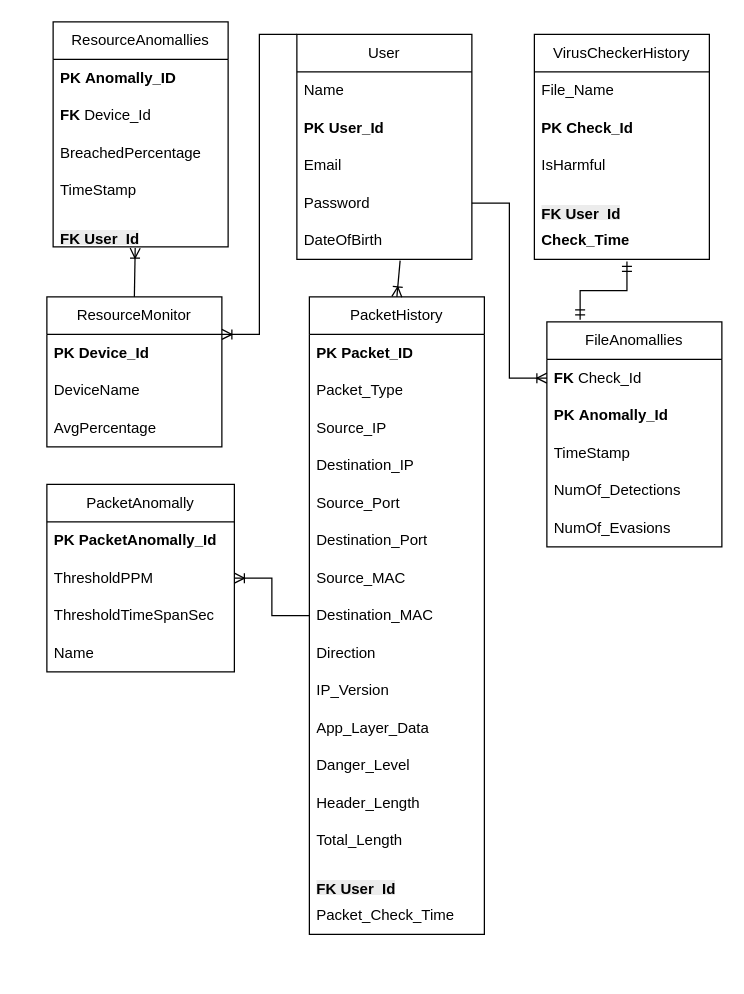
This is הפרוייקט/Recent ERD Diagram.drawio from EyasSh/WiresharkClone, a draw.io file, before an edit. Source tidied: cells renumbered, new cells numbered last; positions are measured from the earlier drawing's top-left corner, leaving out a move shared by most shapes. Both pictures are drawn from the tidied source at 125%, with x=0, y=0 at pixel (46, 21).
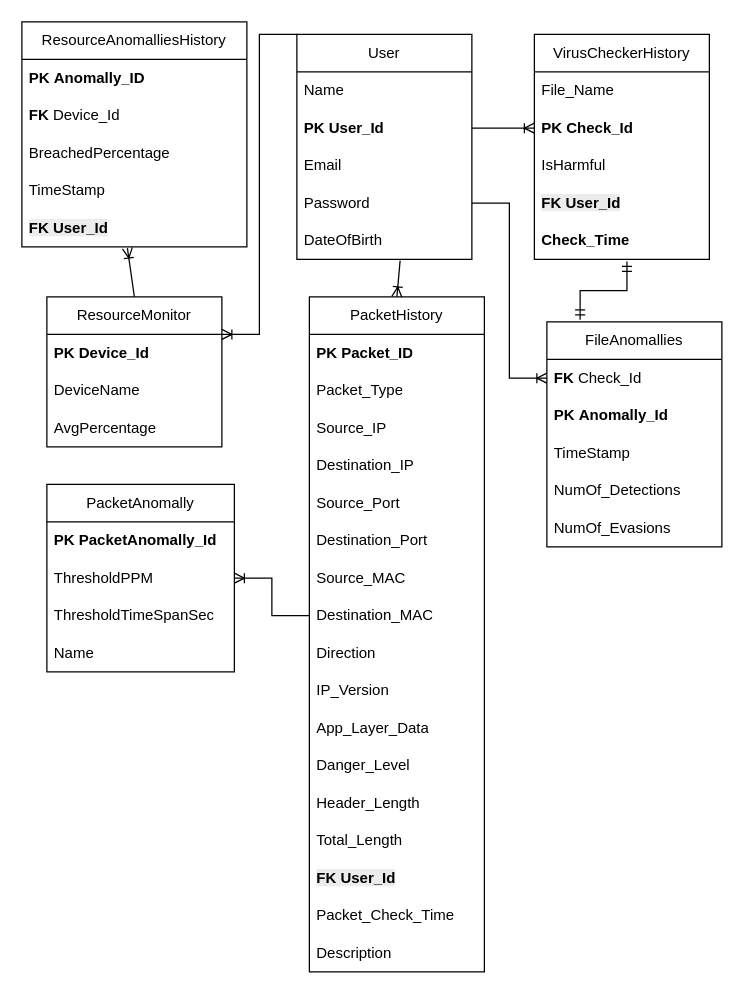
Above is the later version.

The change refers to these unchanged cells:
```xml
<mxCell id="8" value="&lt;b&gt;PK User_Id&lt;/b&gt;" style="text;strokeColor=none;fillColor=none;align=left;verticalAlign=middle;spacingLeft=4;spacingRight=4;overflow=hidden;points=[[0,0.5],[1,0.5]];portConstraint=eastwest;whiteSpace=wrap;html=1;" parent="6" vertex="1">
  <mxGeometry y="60" width="140" height="30" as="geometry" />
</mxCell>
<mxCell id="12" value="VirusCheckerHistory" style="swimlane;fontStyle=0;horizontal=1;startSize=30;whiteSpace=wrap;html=1;" parent="1" vertex="1">
  <mxGeometry x="390" y="10" width="140" height="180" as="geometry" />
</mxCell>
<mxCell id="14" value="&lt;b&gt;PK Check_Id&lt;/b&gt;" style="text;strokeColor=none;fillColor=none;align=left;verticalAlign=middle;spacingLeft=4;spacingRight=4;overflow=hidden;points=[[0,0.5],[1,0.5]];portConstraint=eastwest;whiteSpace=wrap;html=1;" parent="12" vertex="1">
  <mxGeometry y="60" width="140" height="30" as="geometry" />
</mxCell>
```

Change to the diagram source:
```diff
@@
-    <mxCell id="16" value="&lt;br&gt;&lt;b style=&quot;forced-color-adjust: none; color: rgb(0, 0, 0); font-family: Helvetica; font-size: 12px; font-style: normal; font-variant-ligatures: normal; font-variant-caps: normal; letter-spacing: normal; orphans: 2; text-align: left; text-indent: 0px; text-transform: none; widows: 2; word-spacing: 0px; -webkit-text-stroke-width: 0px; white-space: normal; background-color: rgb(236, 236, 236); text-decoration-thickness: initial; text-decoration-style: initial; text-decoration-color: initial;&quot;&gt;FK User_Id&lt;/b&gt;" style="text;strokeColor=none;fillColor=none;align=left;verticalAlign=middle;spacingLeft=4;spacingRight=4;overflow=hidden;whiteSpace=wrap;html=1;" parent="12" vertex="1">
+    <mxCell id="16" value="&lt;b style=&quot;forced-color-adjust: none; color: rgb(0, 0, 0); font-family: Helvetica; font-size: 12px; font-style: normal; font-variant-ligatures: normal; font-variant-caps: normal; letter-spacing: normal; orphans: 2; text-align: left; text-indent: 0px; text-transform: none; widows: 2; word-spacing: 0px; -webkit-text-stroke-width: 0px; white-space: normal; background-color: rgb(236, 236, 236); text-decoration-thickness: initial; text-decoration-style: initial; text-decoration-color: initial;&quot;&gt;FK User_Id&lt;/b&gt;" style="text;strokeColor=none;fillColor=none;align=left;verticalAlign=middle;spacingLeft=4;spacingRight=4;overflow=hidden;whiteSpace=wrap;html=1;" parent="12" vertex="1">
       <mxGeometry y="120" width="140" height="30" as="geometry" />
     </mxCell>
@@
     <mxCell id="18" value="PacketHistory" style="swimlane;fontStyle=0;horizontal=1;startSize=30;whiteSpace=wrap;html=1;" parent="1" vertex="1">
-      <mxGeometry x="210" y="220" width="140" height="510" as="geometry" />
+      <mxGeometry x="210" y="220" width="140" height="540" as="geometry" />
     </mxCell>
@@
-    <mxCell id="33" value="&lt;br&gt;&lt;b style=&quot;forced-color-adjust: none; color: rgb(0, 0, 0); font-family: Helvetica; font-size: 12px; font-style: normal; font-variant-ligatures: normal; font-variant-caps: normal; letter-spacing: normal; orphans: 2; text-align: left; text-indent: 0px; text-transform: none; widows: 2; word-spacing: 0px; -webkit-text-stroke-width: 0px; white-space: normal; background-color: rgb(236, 236, 236); text-decoration-thickness: initial; text-decoration-style: initial; text-decoration-color: initial;&quot;&gt;FK User_Id&lt;/b&gt;" style="text;strokeColor=none;fillColor=none;align=left;verticalAlign=middle;spacingLeft=4;spacingRight=4;overflow=hidden;whiteSpace=wrap;html=1;" parent="18" vertex="1">
+    <mxCell id="33" value="&lt;b style=&quot;forced-color-adjust: none; color: rgb(0, 0, 0); font-family: Helvetica; font-size: 12px; font-style: normal; font-variant-ligatures: normal; font-variant-caps: normal; letter-spacing: normal; orphans: 2; text-align: left; text-indent: 0px; text-transform: none; widows: 2; word-spacing: 0px; -webkit-text-stroke-width: 0px; white-space: normal; background-color: rgb(236, 236, 236); text-decoration-thickness: initial; text-decoration-style: initial; text-decoration-color: initial;&quot;&gt;FK User_Id&lt;/b&gt;" style="text;strokeColor=none;fillColor=none;align=left;verticalAlign=middle;spacingLeft=4;spacingRight=4;overflow=hidden;whiteSpace=wrap;html=1;" parent="18" vertex="1">
       <mxGeometry y="450" width="140" height="30" as="geometry" />
     </mxCell>
@@
+    <mxCell id="58" value="Description" style="text;strokeColor=none;fillColor=none;align=left;verticalAlign=middle;spacingLeft=4;spacingRight=4;overflow=hidden;whiteSpace=wrap;html=1;" parent="18" vertex="1">
+      <mxGeometry y="510" width="140" height="30" as="geometry" />
+    </mxCell>
@@
-    <mxCell id="46" value="ResourceAnomallies" style="swimlane;fontStyle=0;horizontal=1;startSize=30;whiteSpace=wrap;html=1;" parent="1" vertex="1">
-      <mxGeometry x="5" width="140" height="180" as="geometry" />
+    <mxCell id="46" value="&lt;font&gt;ResourceAnomalliesHistory&lt;/font&gt;" style="swimlane;fontStyle=0;horizontal=1;startSize=30;whiteSpace=wrap;html=1;" parent="1" vertex="1">
+      <mxGeometry x="-20" width="180" height="180" as="geometry" />
     </mxCell>
     <mxCell id="47" value="&lt;b&gt;PK&amp;nbsp;Anomally_ID&lt;/b&gt;" style="text;strokeColor=none;fillColor=none;align=left;verticalAlign=middle;spacingLeft=4;spacingRight=4;overflow=hidden;whiteSpace=wrap;html=1;" parent="46" vertex="1">
-      <mxGeometry y="30" width="140" height="30" as="geometry" />
+      <mxGeometry y="30" width="180" height="30" as="geometry" />
     </mxCell>
     <mxCell id="48" value="&lt;b&gt;FK &lt;/b&gt;Device_Id" style="text;strokeColor=none;fillColor=none;align=left;verticalAlign=middle;spacingLeft=4;spacingRight=4;overflow=hidden;whiteSpace=wrap;html=1;" parent="46" vertex="1">
-      <mxGeometry y="60" width="140" height="30" as="geometry" />
+      <mxGeometry y="60" width="180" height="30" as="geometry" />
     </mxCell>
     <mxCell id="49" value="BreachedPercentage" style="text;strokeColor=none;fillColor=none;align=left;verticalAlign=middle;spacingLeft=4;spacingRight=4;overflow=hidden;whiteSpace=wrap;html=1;" parent="46" vertex="1">
-      <mxGeometry y="90" width="140" height="30" as="geometry" />
+      <mxGeometry y="90" width="180" height="30" as="geometry" />
     </mxCell>
     <mxCell id="50" value="TimeStamp" style="text;strokeColor=none;fillColor=none;align=left;verticalAlign=middle;spacingLeft=4;spacingRight=4;overflow=hidden;whiteSpace=wrap;html=1;" parent="46" vertex="1">
-      <mxGeometry y="120" width="140" height="30" as="geometry" />
+      <mxGeometry y="120" width="180" height="30" as="geometry" />
     </mxCell>
-    <mxCell id="51" value="&lt;br&gt;&lt;b style=&quot;forced-color-adjust: none; color: rgb(0, 0, 0); font-family: Helvetica; font-size: 12px; font-style: normal; font-variant-ligatures: normal; font-variant-caps: normal; letter-spacing: normal; orphans: 2; text-align: left; text-indent: 0px; text-transform: none; widows: 2; word-spacing: 0px; -webkit-text-stroke-width: 0px; white-space: normal; background-color: rgb(236, 236, 236); text-decoration-thickness: initial; text-decoration-style: initial; text-decoration-color: initial;&quot;&gt;FK User_Id&lt;/b&gt;" style="text;strokeColor=none;fillColor=none;align=left;verticalAlign=middle;spacingLeft=4;spacingRight=4;overflow=hidden;points=[[0,0.5],[1,0.5]];portConstraint=eastwest;whiteSpace=wrap;html=1;" parent="46" vertex="1">
-      <mxGeometry y="150" width="140" height="30" as="geometry" />
+    <mxCell id="51" value="&lt;b style=&quot;forced-color-adjust: none; color: rgb(0, 0, 0); font-family: Helvetica; font-size: 12px; font-style: normal; font-variant-ligatures: normal; font-variant-caps: normal; letter-spacing: normal; orphans: 2; text-align: left; text-indent: 0px; text-transform: none; widows: 2; word-spacing: 0px; -webkit-text-stroke-width: 0px; white-space: normal; background-color: rgb(236, 236, 236); text-decoration-thickness: initial; text-decoration-style: initial; text-decoration-color: initial;&quot;&gt;FK User_Id&lt;/b&gt;" style="text;strokeColor=none;fillColor=none;align=left;verticalAlign=middle;spacingLeft=4;spacingRight=4;overflow=hidden;points=[[0,0.5],[1,0.5]];portConstraint=eastwest;whiteSpace=wrap;html=1;" parent="46" vertex="1">
+      <mxGeometry y="150" width="180" height="30" as="geometry" />
     </mxCell>
@@
+    <mxCell id="59" style="edgeStyle=entityRelationEdgeStyle;fontSize=12;html=1;endArrow=ERoneToMany;rounded=0;exitX=1;exitY=0.5;exitDx=0;exitDy=0;entryX=0;entryY=0.5;entryDx=0;entryDy=0;" parent="1" edge="1" source="8" target="14">
+      <mxGeometry relative="1" as="geometry" />
+    </mxCell>
```
